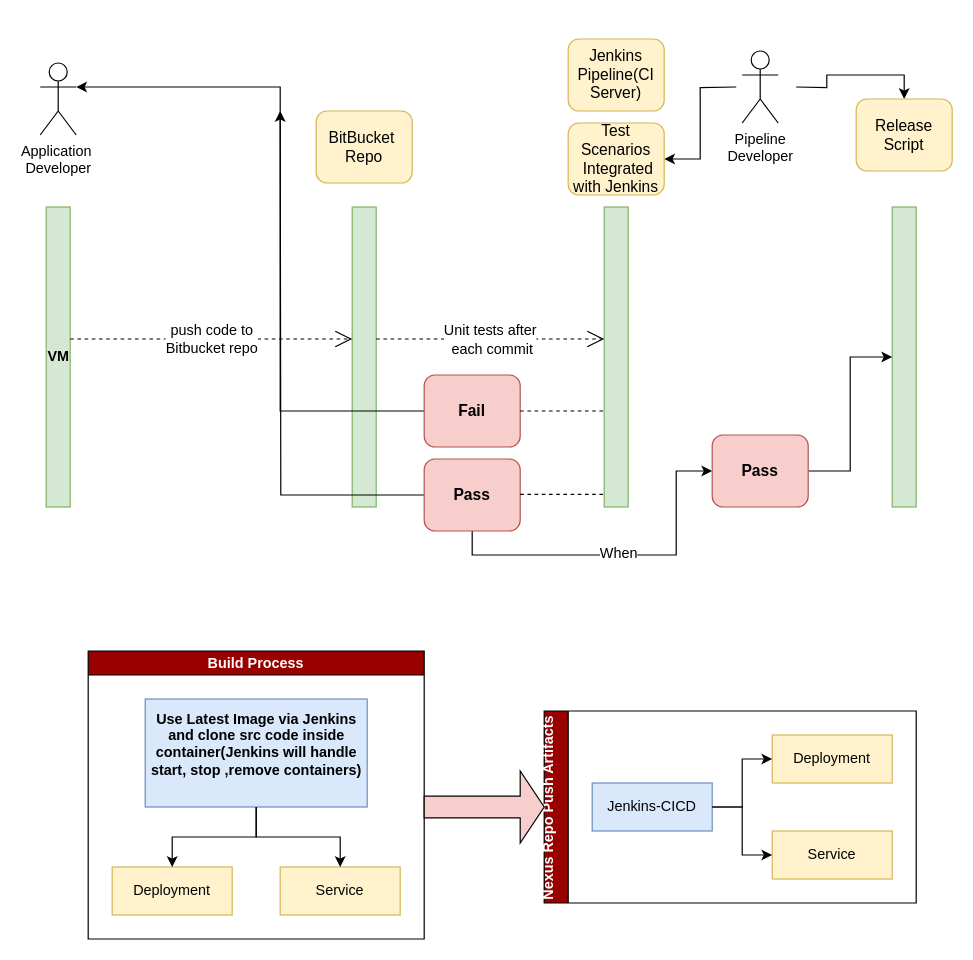
makhan7/Draw-workflows keeps this draw.io diagram as page "Page1" (1 of 3) of DevOps Approach.drawio. Above is the earlier version. Source tidied: cells renumbered, new cells numbered last; positions are measured from the earlier drawing's top-left corner, leaving out a move shared by most shapes. Both pictures are drawn from the tidied source at 120%, with x=0, y=0 at pixel (40, 38).
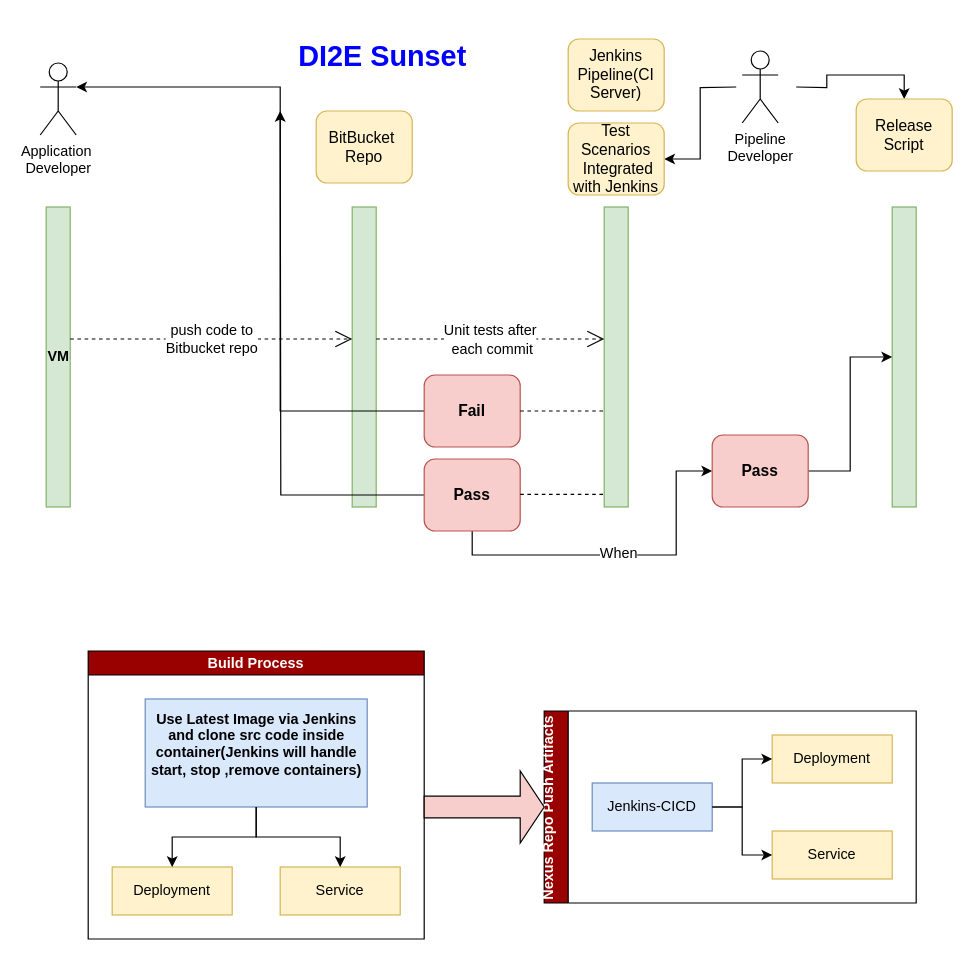
Above is the later version.

Diff of the diagram source:
```diff
@@
+    <mxCell id="39" value="&lt;h1&gt;&lt;font color=&quot;#0000FF&quot;&gt;&lt;span style=&quot;&quot;&gt;DI2E Sunset&lt;/span&gt;&lt;/font&gt;&lt;/h1&gt;" style="text;html=1;align=center;verticalAlign=middle;fontColor=#000000;labelBackgroundColor=default;" parent="1" vertex="1">
+      <mxGeometry x="205" y="-10" width="160" height="50" as="geometry" />
+    </mxCell>
```
